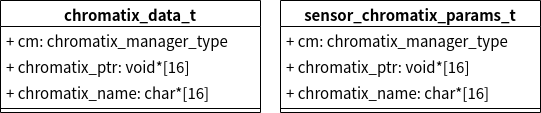
zhangmeizhen/test2 keeps this draw.io diagram as qcom mm-camera sensors chromatix.png. Above is the earlier version. Source tidied: cells renumbered, new cells last; positions are measured from the earlier drawing's top-left corner, leaving out a move shared by most shapes. Its diagram source:
```xml
<mxGraphModel>
  <root>
    <mxCell id="0" />
    <mxCell id="1" parent="0" />
    <mxCell id="2" value="chromatix_data_t" style="swimlane;fontStyle=1;align=center;verticalAlign=top;horizontal=1;startSize=26;fontSize=15;" parent="1" vertex="1">
      <mxGeometry width="260" height="112" as="geometry" />
    </mxCell>
    <mxCell id="3" value="+ cm: chromatix_manager_type" style="text;strokeColor=none;fillColor=none;align=left;verticalAlign=top;spacingLeft=4;spacingRight=4;overflow=hidden;points=[[0,0.5],[1,0.5]];portConstraint=eastwest;fontSize=15;" parent="2" vertex="1">
      <mxGeometry y="26" width="260" height="26" as="geometry" />
    </mxCell>
    <mxCell id="4" value="+ chromatix_ptr: void*[16]" style="text;strokeColor=none;fillColor=none;align=left;verticalAlign=top;spacingLeft=4;spacingRight=4;overflow=hidden;fontSize=15;" parent="2" vertex="1">
      <mxGeometry y="52" width="260" height="26" as="geometry" />
    </mxCell>
    <mxCell id="5" value="+ chromatix_name: char*[16]" style="text;strokeColor=none;fillColor=none;align=left;verticalAlign=top;spacingLeft=4;spacingRight=4;overflow=hidden;fontSize=15;" parent="2" vertex="1">
      <mxGeometry y="78" width="260" height="26" as="geometry" />
    </mxCell>
    <mxCell id="6" style="line;strokeWidth=1;fillColor=none;align=left;verticalAlign=middle;spacingTop=-1;spacingLeft=3;spacingRight=3;labelPosition=right;fontSize=15;" parent="2" vertex="1">
      <mxGeometry y="104" width="260" height="8" as="geometry" />
    </mxCell>
    <mxCell id="7" value="sensor_chromatix_params_t" style="swimlane;fontStyle=1;align=center;verticalAlign=top;horizontal=1;startSize=26;fontSize=15;" parent="1" vertex="1">
      <mxGeometry x="280" width="260" height="112" as="geometry" />
    </mxCell>
    <mxCell id="8" value="+ cm: chromatix_manager_type" style="text;strokeColor=none;fillColor=none;align=left;verticalAlign=top;spacingLeft=4;spacingRight=4;overflow=hidden;fontSize=15;" parent="7" vertex="1">
      <mxGeometry y="26" width="260" height="26" as="geometry" />
    </mxCell>
    <mxCell id="9" value="+ chromatix_ptr: void*[16]" style="text;strokeColor=none;fillColor=none;align=left;verticalAlign=top;spacingLeft=4;spacingRight=4;overflow=hidden;fontSize=15;" parent="7" vertex="1">
      <mxGeometry y="52" width="260" height="26" as="geometry" />
    </mxCell>
    <mxCell id="10" value="+ chromatix_name: char*[16]" style="text;strokeColor=none;fillColor=none;align=left;verticalAlign=top;spacingLeft=4;spacingRight=4;overflow=hidden;fontSize=15;" parent="7" vertex="1">
      <mxGeometry y="78" width="260" height="26" as="geometry" />
    </mxCell>
    <mxCell id="11" style="line;strokeWidth=1;fillColor=none;align=left;verticalAlign=middle;spacingTop=-1;spacingLeft=3;spacingRight=3;labelPosition=right;fontSize=15;" parent="7" vertex="1">
      <mxGeometry y="104" width="260" height="8" as="geometry" />
    </mxCell>
  </root>
</mxGraphModel>
```
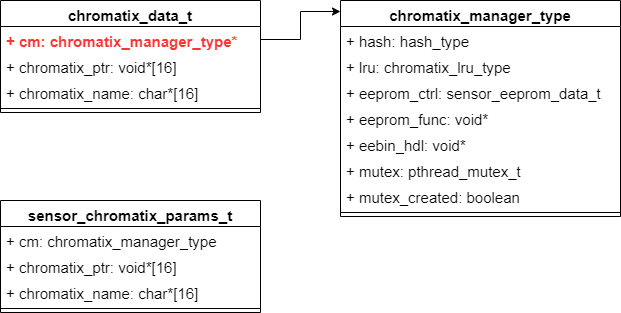
After the commit.

Diff of the diagram source:
```diff
@@ -5,7 +5,7 @@
     <mxCell id="2" value="chromatix_data_t" style="swimlane;fontStyle=1;align=center;verticalAlign=top;horizontal=1;startSize=26;fontSize=15;" parent="1" vertex="1">
       <mxGeometry width="260" height="112" as="geometry" />
     </mxCell>
-    <mxCell id="3" value="+ cm: chromatix_manager_type" style="text;strokeColor=none;fillColor=none;align=left;verticalAlign=top;spacingLeft=4;spacingRight=4;overflow=hidden;points=[[0,0.5],[1,0.5]];portConstraint=eastwest;fontSize=15;" parent="2" vertex="1">
+    <mxCell id="3" value="+ cm: chromatix_manager_type*" style="text;strokeColor=none;fillColor=none;align=left;verticalAlign=top;spacingLeft=4;spacingRight=4;overflow=hidden;points=[[0,0.5],[1,0.5]];portConstraint=eastwest;fontSize=15;fontColor=#FF3333;fontStyle=1;" parent="2" vertex="1">
       <mxGeometry y="26" width="260" height="26" as="geometry" />
     </mxCell>
     <mxCell id="4" value="+ chromatix_ptr: void*[16]" style="text;strokeColor=none;fillColor=none;align=left;verticalAlign=top;spacingLeft=4;spacingRight=4;overflow=hidden;fontSize=15;" parent="2" vertex="1">
@@ -18,7 +18,7 @@
       <mxGeometry y="104" width="260" height="8" as="geometry" />
     </mxCell>
     <mxCell id="7" value="sensor_chromatix_params_t" style="swimlane;fontStyle=1;align=center;verticalAlign=top;horizontal=1;startSize=26;fontSize=15;" parent="1" vertex="1">
-      <mxGeometry x="280" width="260" height="112" as="geometry" />
+      <mxGeometry y="200" width="260" height="112" as="geometry" />
     </mxCell>
     <mxCell id="8" value="+ cm: chromatix_manager_type" style="text;strokeColor=none;fillColor=none;align=left;verticalAlign=top;spacingLeft=4;spacingRight=4;overflow=hidden;fontSize=15;" parent="7" vertex="1">
       <mxGeometry y="26" width="260" height="26" as="geometry" />
@@ -32,5 +32,35 @@
     <mxCell id="11" style="line;strokeWidth=1;fillColor=none;align=left;verticalAlign=middle;spacingTop=-1;spacingLeft=3;spacingRight=3;labelPosition=right;fontSize=15;" parent="7" vertex="1">
       <mxGeometry y="104" width="260" height="8" as="geometry" />
     </mxCell>
+    <mxCell id="12" value="chromatix_manager_type" style="swimlane;fontStyle=1;align=center;verticalAlign=top;horizontal=1;startSize=26;fontSize=15;" parent="1" vertex="1">
+      <mxGeometry x="340" width="280" height="216" as="geometry" />
+    </mxCell>
+    <mxCell id="13" value="+ hash: hash_type" style="text;strokeColor=none;fillColor=none;align=left;verticalAlign=top;spacingLeft=4;spacingRight=4;overflow=hidden;fontSize=15;" parent="12" vertex="1">
+      <mxGeometry y="26" width="280" height="26" as="geometry" />
+    </mxCell>
+    <mxCell id="14" value="+ lru: chromatix_lru_type" style="text;strokeColor=none;fillColor=none;align=left;verticalAlign=top;spacingLeft=4;spacingRight=4;overflow=hidden;fontSize=15;" parent="12" vertex="1">
+      <mxGeometry y="52" width="280" height="26" as="geometry" />
+    </mxCell>
+    <mxCell id="15" value="+ eeprom_ctrl: sensor_eeprom_data_t" style="text;strokeColor=none;fillColor=none;align=left;verticalAlign=top;spacingLeft=4;spacingRight=4;overflow=hidden;fontSize=15;" parent="12" vertex="1">
+      <mxGeometry y="78" width="280" height="26" as="geometry" />
+    </mxCell>
+    <mxCell id="16" value="+ eeprom_func: void*" style="text;strokeColor=none;fillColor=none;align=left;verticalAlign=top;spacingLeft=4;spacingRight=4;overflow=hidden;fontSize=15;" parent="12" vertex="1">
+      <mxGeometry y="104" width="280" height="26" as="geometry" />
+    </mxCell>
+    <mxCell id="17" value="+ eebin_hdl: void*" style="text;strokeColor=none;fillColor=none;align=left;verticalAlign=top;spacingLeft=4;spacingRight=4;overflow=hidden;fontSize=15;" parent="12" vertex="1">
+      <mxGeometry y="130" width="280" height="26" as="geometry" />
+    </mxCell>
+    <mxCell id="18" value="+ mutex: pthread_mutex_t" style="text;strokeColor=none;fillColor=none;align=left;verticalAlign=top;spacingLeft=4;spacingRight=4;overflow=hidden;fontSize=15;" parent="12" vertex="1">
+      <mxGeometry y="156" width="280" height="26" as="geometry" />
+    </mxCell>
+    <mxCell id="19" value="+ mutex_created: boolean" style="text;strokeColor=none;fillColor=none;align=left;verticalAlign=top;spacingLeft=4;spacingRight=4;overflow=hidden;fontSize=15;" parent="12" vertex="1">
+      <mxGeometry y="182" width="280" height="26" as="geometry" />
+    </mxCell>
+    <mxCell id="20" style="line;strokeWidth=1;fillColor=none;align=left;verticalAlign=middle;spacingTop=-1;spacingLeft=3;spacingRight=3;labelPosition=right;fontSize=15;" parent="12" vertex="1">
+      <mxGeometry y="208" width="280" height="8" as="geometry" />
+    </mxCell>
+    <mxCell id="21" style="edgeStyle=orthogonalEdgeStyle;rounded=0;jettySize=auto;html=1;entryX=0;entryY=0.051;entryDx=0;entryDy=0;entryPerimeter=0;fontSize=15;" parent="1" edge="1" source="3" target="12">
+      <mxGeometry relative="1" as="geometry" />
+    </mxCell>
   </root>
 </mxGraphModel>
```
